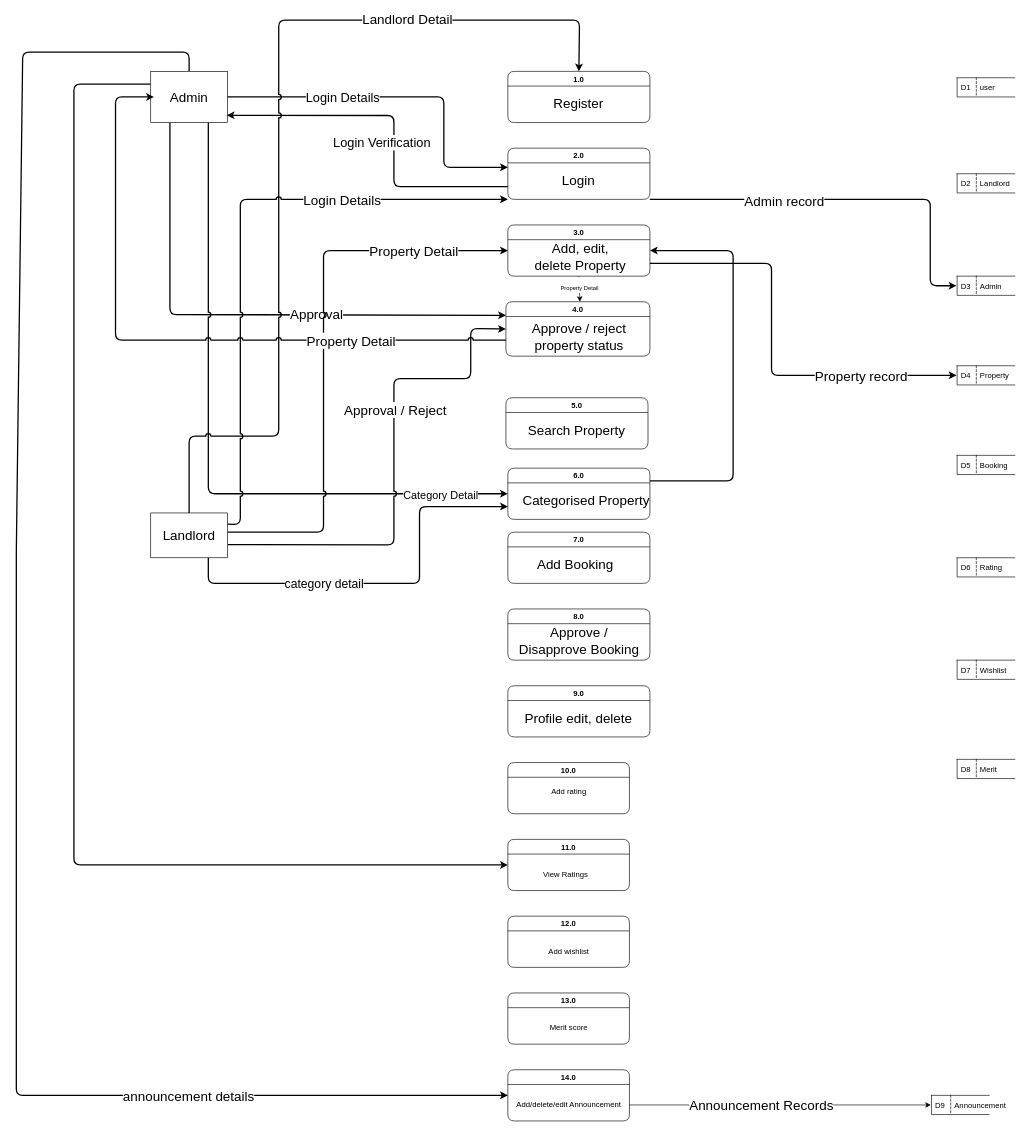
SNOW15782/Fyp keeps this draw.io diagram as DFD FYP/DFD FYP.drawio. Above is the earlier version. Source tidied: cells renumbered, new cells numbered last; positions are measured from the earlier drawing's top-left corner, leaving out a move shared by most shapes. Both pictures are drawn from the tidied source at 64%, with x=0, y=0 at pixel (16, 20).
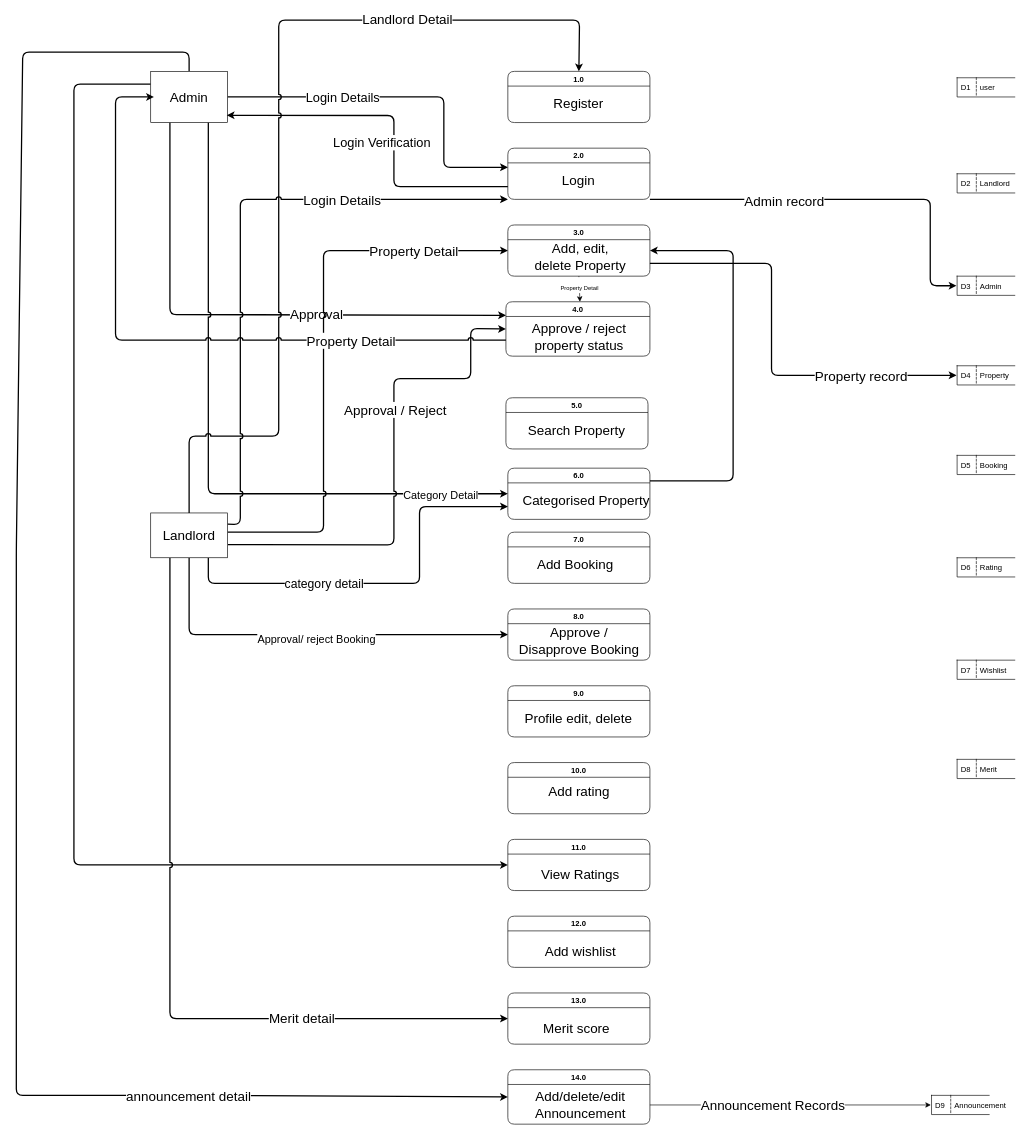
Above is the later version.

The change refers to these unchanged cells:
```xml
<mxCell id="6" style="edgeStyle=none;html=1;entryX=0;entryY=0.5;entryDx=0;entryDy=0;fontSize=21;exitX=0.5;exitY=0;exitDx=0;exitDy=0;strokeWidth=2;" parent="1" edge="1" source="11" target="50">
  <mxGeometry relative="1" as="geometry">
    <Array as="points">
      <mxPoint x="270" y="50" />
      <mxPoint x="10" y="50" />
      <mxPoint y="830" />
      <mxPoint y="1680" />
      <mxPoint x="270" y="1680" />
    </Array>
  </mxGeometry>
</mxCell>
<mxCell id="30" value="8.0" style="swimlane;startSize=23;rounded=1;" parent="1" vertex="1">
  <mxGeometry x="768" y="920" width="222" height="80" as="geometry" />
</mxCell>
<mxCell id="62" value="Announcement" style="shape=partialRectangle;fillColor=none;align=left;verticalAlign=middle;strokeColor=default;spacingLeft=34;points=[[0,0.5],[1,0.5]];portConstraint=eastwest;strokeWidth=1;perimeterSpacing=1;right=0;" parent="1" vertex="1">
  <mxGeometry x="1430" y="1680" width="90" height="30" as="geometry" />
</mxCell>
<mxCell id="74" value="&lt;font style=&quot;font-size: 21px;&quot;&gt;Landlord&lt;/font&gt;" style="rounded=0;whiteSpace=wrap;html=1;" parent="1" vertex="1">
  <mxGeometry x="210" y="770" width="120" height="70" as="geometry" />
</mxCell>
```

Change to the diagram source:
```diff
@@
-    <mxCell id="7" value="announcement details" style="edgeLabel;html=1;align=center;verticalAlign=middle;fontSize=21;" parent="6" vertex="1">
+    <mxCell id="7" value="announcement detail" style="edgeLabel;html=1;align=center;verticalAlign=middle;fontSize=21;" parent="6" vertex="1">
       <mxGeometry x="0.64" y="-3" relative="1" as="geometry">
         <mxPoint x="-15" y="-3" as="offset" />
       </mxGeometry>
     </mxCell>
@@
     <mxCell id="34" value="10.0" style="swimlane;startSize=23;rounded=1;" parent="1" vertex="1">
-      <mxGeometry x="768" y="1160" width="190" height="80" as="geometry" />
+      <mxGeometry x="768" y="1160" width="222" height="80" as="geometry" />
     </mxCell>
-    <mxCell id="35" value="Add rating" style="text;html=1;align=center;verticalAlign=middle;strokeColor=none;fillColor=none;rotation=0;" parent="34" vertex="1">
-      <mxGeometry x="55" y="30" width="80" height="30" as="geometry" />
+    <mxCell id="35" value="&lt;font style=&quot;font-size: 21px;&quot;&gt;Add rating&lt;/font&gt;" style="text;html=1;align=center;verticalAlign=middle;strokeColor=none;fillColor=none;rotation=0;" parent="34" vertex="1">
+      <mxGeometry x="51" y="25" width="120" height="40" as="geometry" />
     </mxCell>
     <mxCell id="36" value="11.0" style="swimlane;startSize=23;rounded=1;" parent="1" vertex="1">
-      <mxGeometry x="768" y="1280" width="190" height="80" as="geometry" />
+      <mxGeometry x="768" y="1280" width="222" height="80" as="geometry" />
     </mxCell>
-    <mxCell id="37" value="View Ratings" style="text;html=1;align=center;verticalAlign=middle;strokeColor=none;fillColor=none;rotation=0;" parent="36" vertex="1">
-      <mxGeometry x="45" y="40" width="90" height="30" as="geometry" />
+    <mxCell id="37" value="&lt;font style=&quot;font-size: 21px;&quot;&gt;View Ratings&lt;/font&gt;" style="text;html=1;align=center;verticalAlign=middle;strokeColor=none;fillColor=none;rotation=0;" parent="36" vertex="1">
+      <mxGeometry x="37.5" y="35" width="150" height="40" as="geometry" />
     </mxCell>
     <mxCell id="38" value="12.0" style="swimlane;startSize=23;rounded=1;" parent="1" vertex="1">
-      <mxGeometry x="768" y="1400" width="190" height="80" as="geometry" />
+      <mxGeometry x="768" y="1400" width="222" height="80" as="geometry" />
     </mxCell>
-    <mxCell id="39" value="Add wishlist" style="text;html=1;align=center;verticalAlign=middle;strokeColor=none;fillColor=none;rotation=0;" parent="38" vertex="1">
-      <mxGeometry x="50" y="40" width="90" height="30" as="geometry" />
+    <mxCell id="39" value="&lt;font style=&quot;font-size: 21px;&quot;&gt;Add wishlist&lt;/font&gt;" style="text;html=1;align=center;verticalAlign=middle;strokeColor=none;fillColor=none;rotation=0;" parent="38" vertex="1">
+      <mxGeometry x="47.5" y="35" width="130" height="40" as="geometry" />
     </mxCell>
     <mxCell id="40" value="13.0" style="swimlane;startSize=23;rounded=1;" parent="1" vertex="1">
-      <mxGeometry x="768" y="1520" width="190" height="80" as="geometry" />
+      <mxGeometry x="768" y="1520" width="222" height="80" as="geometry" />
     </mxCell>
-    <mxCell id="41" value="Merit score" style="text;html=1;align=center;verticalAlign=middle;strokeColor=none;fillColor=none;rotation=0;" parent="40" vertex="1">
-      <mxGeometry x="55" y="40" width="80" height="30" as="geometry" />
+    <mxCell id="41" value="&lt;font style=&quot;font-size: 21px;&quot;&gt;Merit score&lt;/font&gt;" style="text;html=1;align=center;verticalAlign=middle;strokeColor=none;fillColor=none;rotation=0;" parent="40" vertex="1">
+      <mxGeometry x="41.5" y="35" width="130" height="40" as="geometry" />
     </mxCell>
@@
     <mxCell id="50" value="14.0" style="swimlane;startSize=23;rounded=1;" parent="1" vertex="1">
-      <mxGeometry x="768" y="1640" width="190" height="80" as="geometry" />
+      <mxGeometry x="768" y="1640" width="222" height="85" as="geometry" />
     </mxCell>
-    <mxCell id="51" value="Add/delete/edit Announcement" style="text;html=1;align=center;verticalAlign=middle;points=[];strokeColor=none;fillColor=none;rotation=0;" parent="50" vertex="1">
-      <mxGeometry y="40" width="190" height="30" as="geometry" />
+    <mxCell id="51" value="&lt;font style=&quot;font-size: 21px;&quot;&gt;Add/delete/edit &lt;br&gt;Announcement&lt;/font&gt;" style="text;html=1;align=center;verticalAlign=middle;points=[];strokeColor=none;fillColor=none;rotation=0;" parent="50" vertex="1">
+      <mxGeometry x="32.5" y="25" width="160" height="60" as="geometry" />
     </mxCell>
@@
+    <mxCell id="82" style="edgeStyle=none;jumpStyle=arc;html=1;entryX=0;entryY=0.5;entryDx=0;entryDy=0;strokeWidth=2;fontSize=21;" parent="1" edge="1" source="74" target="30">
+      <mxGeometry relative="1" as="geometry">
+        <Array as="points">
+          <mxPoint x="270" y="960" />
+        </Array>
+      </mxGeometry>
+    </mxCell>
+    <mxCell id="83" value="&lt;font style=&quot;font-size: 17px;&quot;&gt;Approval/ reject Booking&lt;/font&gt;" style="edgeLabel;html=1;align=center;verticalAlign=middle;fontSize=21;" parent="82" vertex="1">
+      <mxGeometry x="0.03" y="-5" relative="1" as="geometry" />
+    </mxCell>
+    <mxCell id="84" style="edgeStyle=none;jumpStyle=arc;html=1;entryX=0;entryY=0.5;entryDx=0;entryDy=0;strokeWidth=2;fontSize=21;exitX=0.25;exitY=1;exitDx=0;exitDy=0;" parent="1" edge="1" source="74" target="40">
+      <mxGeometry relative="1" as="geometry">
+        <Array as="points">
+          <mxPoint x="240" y="1560" />
+        </Array>
+      </mxGeometry>
+    </mxCell>
+    <mxCell id="85" value="Merit detail" style="edgeLabel;html=1;align=center;verticalAlign=middle;fontSize=21;" parent="84" vertex="1">
+      <mxGeometry x="0.48" y="1" relative="1" as="geometry">
+        <mxPoint x="1" as="offset" />
+      </mxGeometry>
+    </mxCell>
@@
-    <mxCell id="75" style="edgeStyle=none;html=1;entryX=0;entryY=0.5;entryDx=0;entryDy=0;fontSize=21;" parent="1" edge="1" source="51" target="62">
-      <mxGeometry relative="1" as="geometry" />
+    <mxCell id="75" style="edgeStyle=none;html=1;entryX=0;entryY=0.5;entryDx=0;entryDy=0;fontSize=21;" parent="1" edge="1" target="62">
+      <mxGeometry relative="1" as="geometry">
+        <mxPoint x="990" y="1695" as="sourcePoint" />
+      </mxGeometry>
     </mxCell>
```
